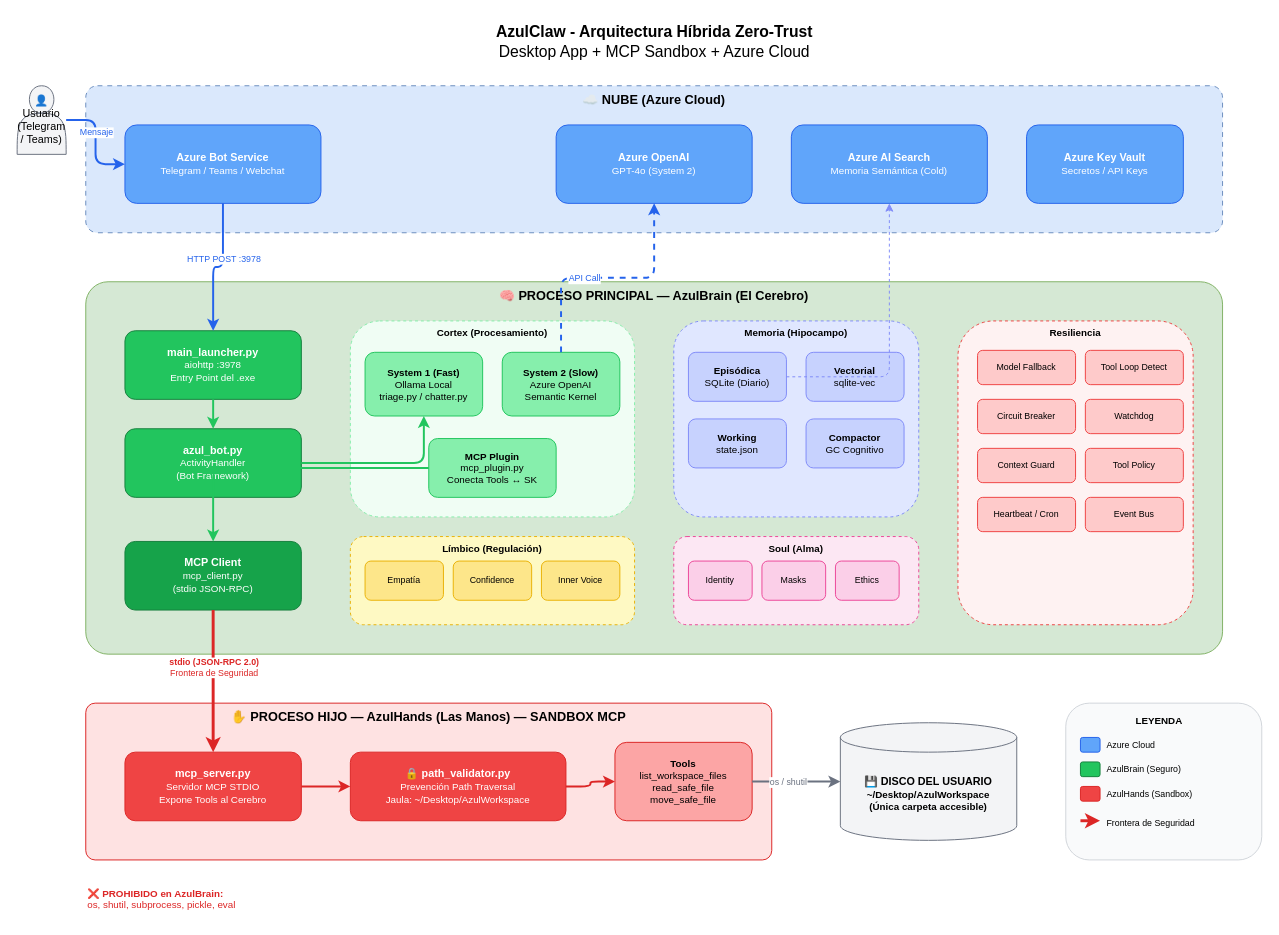
This is AzulClaw/docs/arquitectura_azulclaw_v1.drawio from Javierif/AzulClaw, a draw.io file, before an edit. Source tidied: cells renumbered, new cells numbered last; positions are measured from the earlier drawing's top-left corner, leaving out a move shared by most shapes. Both pictures are drawn from the tidied source at 98%, with x=0, y=0 at pixel (17, 17).
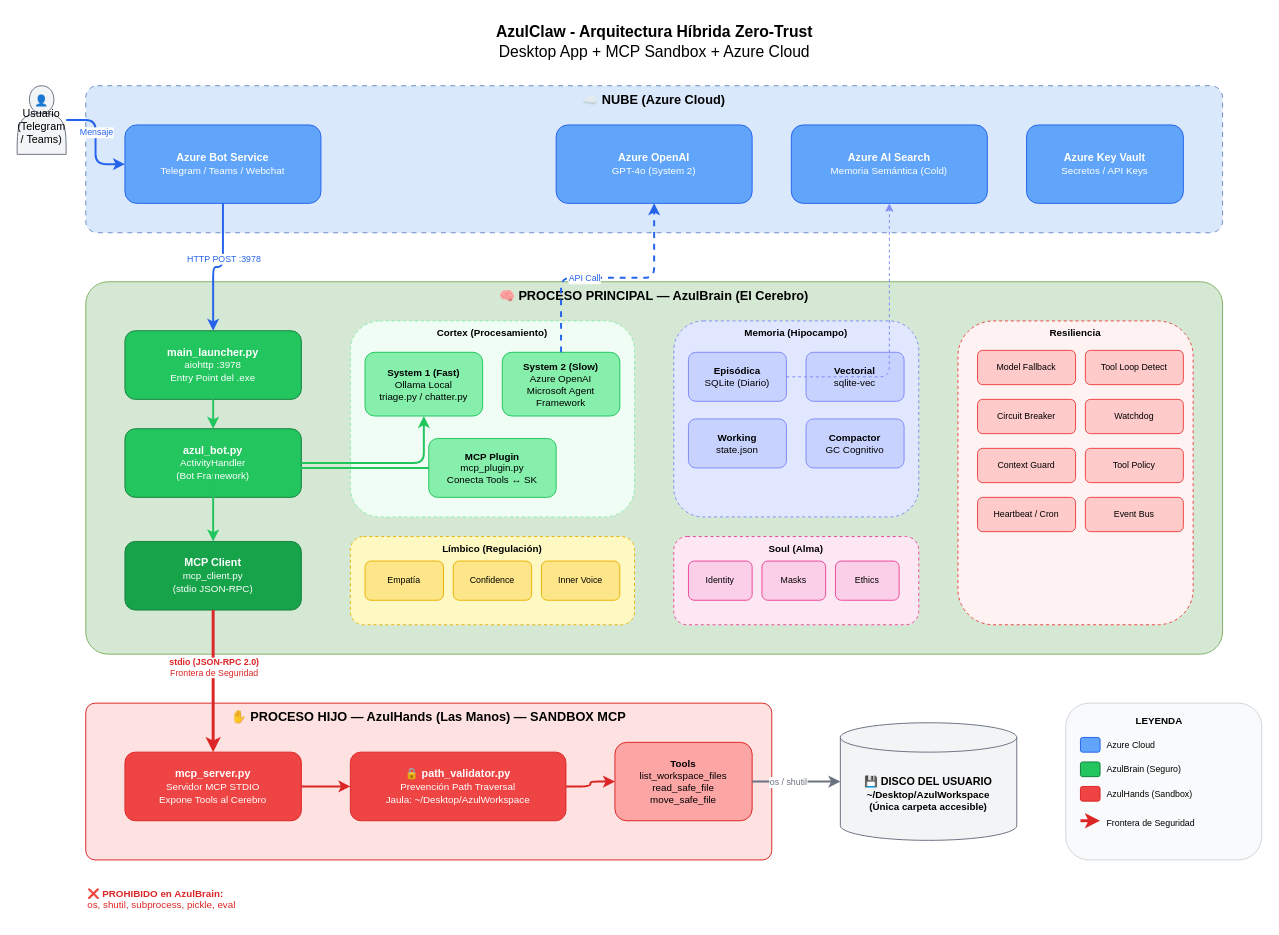
The same diagram, later.

Change to the diagram source:
```diff
@@
-    <mxCell id="13" value="&lt;b&gt;System 2 (Slow)&lt;/b&gt;&lt;br&gt;&lt;font size=&quot;1&quot;&gt;Azure OpenAI&lt;br&gt;Semantic Kernel&lt;/font&gt;" style="rounded=1;whiteSpace=wrap;html=1;fillColor=#86efac;strokeColor=#22c55e;fontSize=10;" parent="1" vertex="1">
+    <mxCell id="13" value="&lt;b&gt;System 2 (Slow)&lt;/b&gt;&lt;br&gt;&lt;font size=&quot;1&quot;&gt;Azure OpenAI&lt;br&gt;Microsoft Agent Framework&lt;/font&gt;" style="rounded=1;whiteSpace=wrap;html=1;fillColor=#86efac;strokeColor=#22c55e;fontSize=10;" parent="1" vertex="1">
       <mxGeometry x="495" y="342" width="120" height="65" as="geometry" />
     </mxCell>
```
